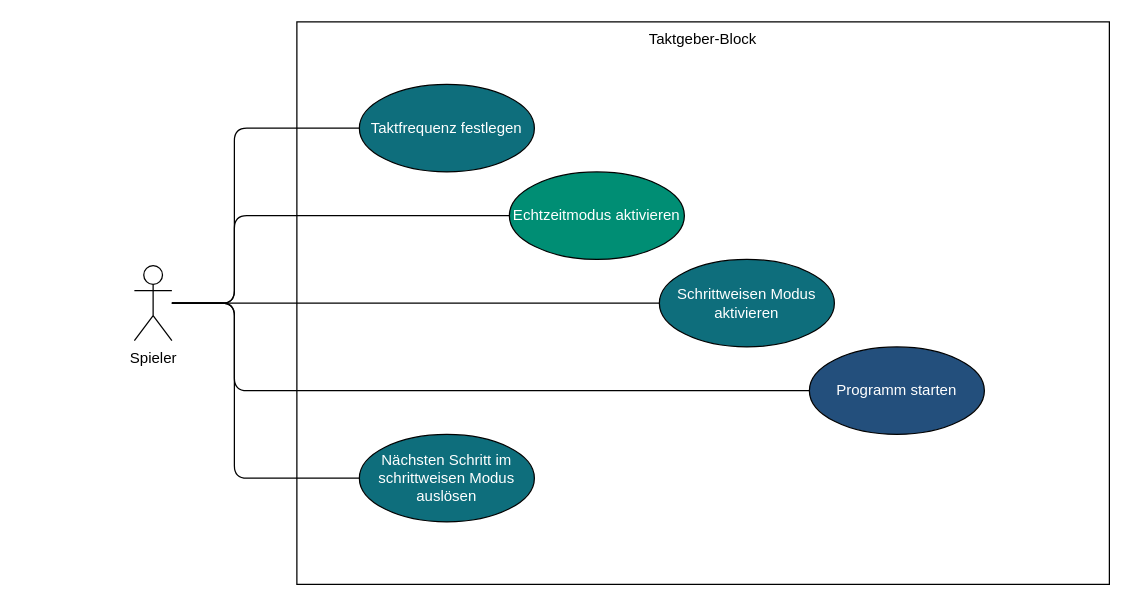
LundiNord/RISCJ-Diagramms keeps this draw.io diagram as Taktgeber-Block.drawio. Above is the earlier version. Source tidied: cells renumbered, new cells numbered last; positions are measured from the earlier drawing's top-left corner, leaving out a move shared by most shapes. Both pictures are drawn from the tidied source at 125%, with x=0, y=0 at pixel (134, 21).
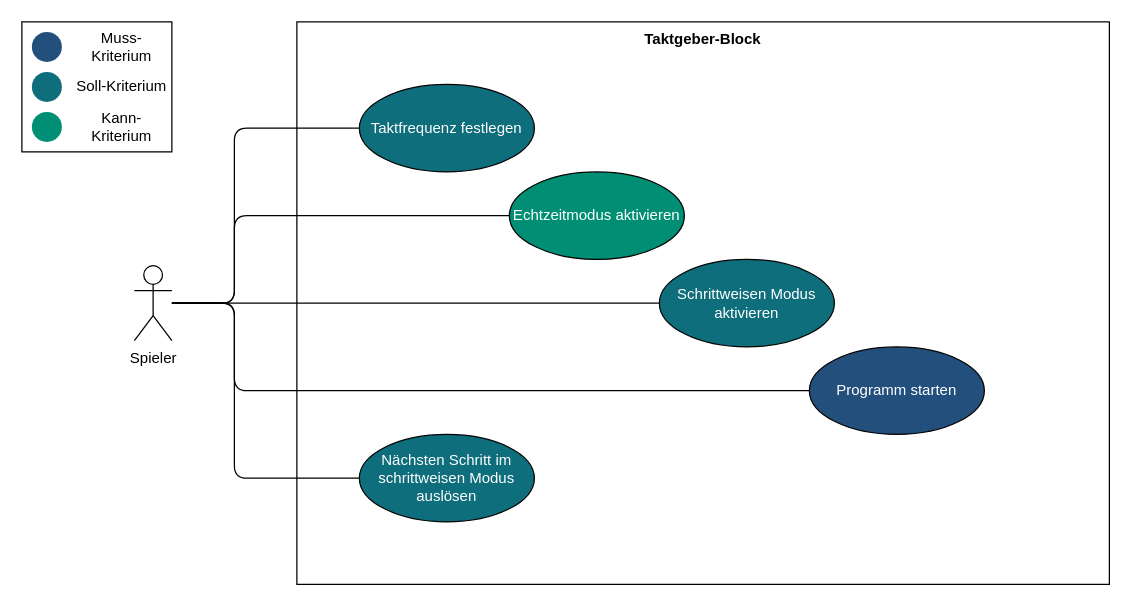
The same page after the edit.

Change to the diagram source:
```diff
@@
-    <mxCell id="2" value="Taktgeber-Block" style="whiteSpace=wrap;html=1;fillColor=#FFFFFF;verticalAlign=top;" parent="1" vertex="1">
+    <mxCell id="2" value="&lt;b&gt;Taktgeber-Block&lt;/b&gt;" style="whiteSpace=wrap;html=1;fillColor=#FFFFFF;verticalAlign=top;" parent="1" vertex="1">
       <mxGeometry x="130" width="650" height="450" as="geometry" />
     </mxCell>
@@
+    <mxCell id="14" style="group;" parent="1" vertex="1">
+      <mxGeometry x="-90" width="120" height="104" as="geometry" />
+    </mxCell>
+    <mxCell id="15" style="ellipse;whiteSpace=wrap;html=1;strokeColor=none;fillColor=#234F7C;" parent="14" vertex="1">
+      <mxGeometry x="8" y="8" width="24" height="24" as="geometry" />
+    </mxCell>
+    <mxCell id="16" style="ellipse;whiteSpace=wrap;html=1;strokeColor=none;fillColor=#0E6E7C;" parent="14" vertex="1">
+      <mxGeometry x="8" y="40" width="24" height="24" as="geometry" />
+    </mxCell>
+    <mxCell id="17" style="ellipse;whiteSpace=wrap;html=1;strokeColor=none;fillColor=#008E74;" parent="14" vertex="1">
+      <mxGeometry x="8" y="72" width="24" height="24" as="geometry" />
+    </mxCell>
+    <mxCell id="18" value="Muss-Kriterium" style="text;html=1;strokeColor=none;fillColor=none;align=center;verticalAlign=middle;whiteSpace=wrap;rounded=0;" parent="14" vertex="1">
+      <mxGeometry x="40" y="8" width="80" height="24" as="geometry" />
+    </mxCell>
+    <mxCell id="19" value="Soll-Kriterium" style="text;html=1;strokeColor=none;fillColor=none;align=center;verticalAlign=middle;whiteSpace=wrap;rounded=0;" parent="14" vertex="1">
+      <mxGeometry x="40" y="40" width="80" height="24" as="geometry" />
+    </mxCell>
+    <mxCell id="20" value="Kann-Kriterium" style="text;html=1;strokeColor=none;fillColor=none;align=center;verticalAlign=middle;whiteSpace=wrap;rounded=0;" parent="14" vertex="1">
+      <mxGeometry x="40" y="72" width="80" height="24" as="geometry" />
+    </mxCell>
+    <mxCell id="21" style="rounded=0;whiteSpace=wrap;html=1;fillColor=none;" parent="14" vertex="1">
+      <mxGeometry width="120" height="104" as="geometry" />
+    </mxCell>
```
